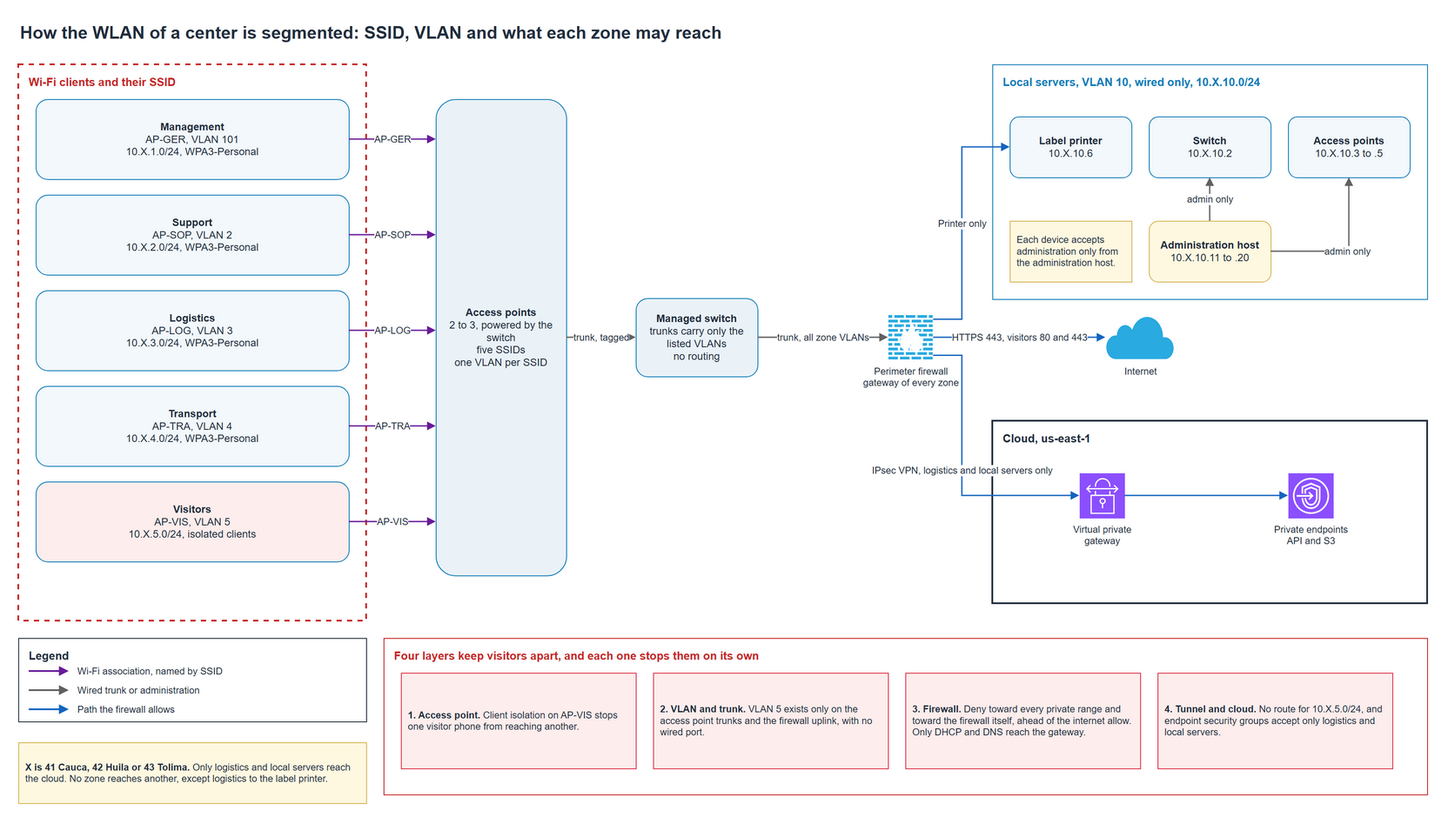
The draw.io diagram docs/architecture/diagrams/09-center-wlan.drawio.png in aromapacifico-devops/aromapacifico-devops-docs, before a commit. Source tidied: cells renumbered, new cells last; positions are measured from the earlier drawing's top-left corner, leaving out a move shared by most shapes.
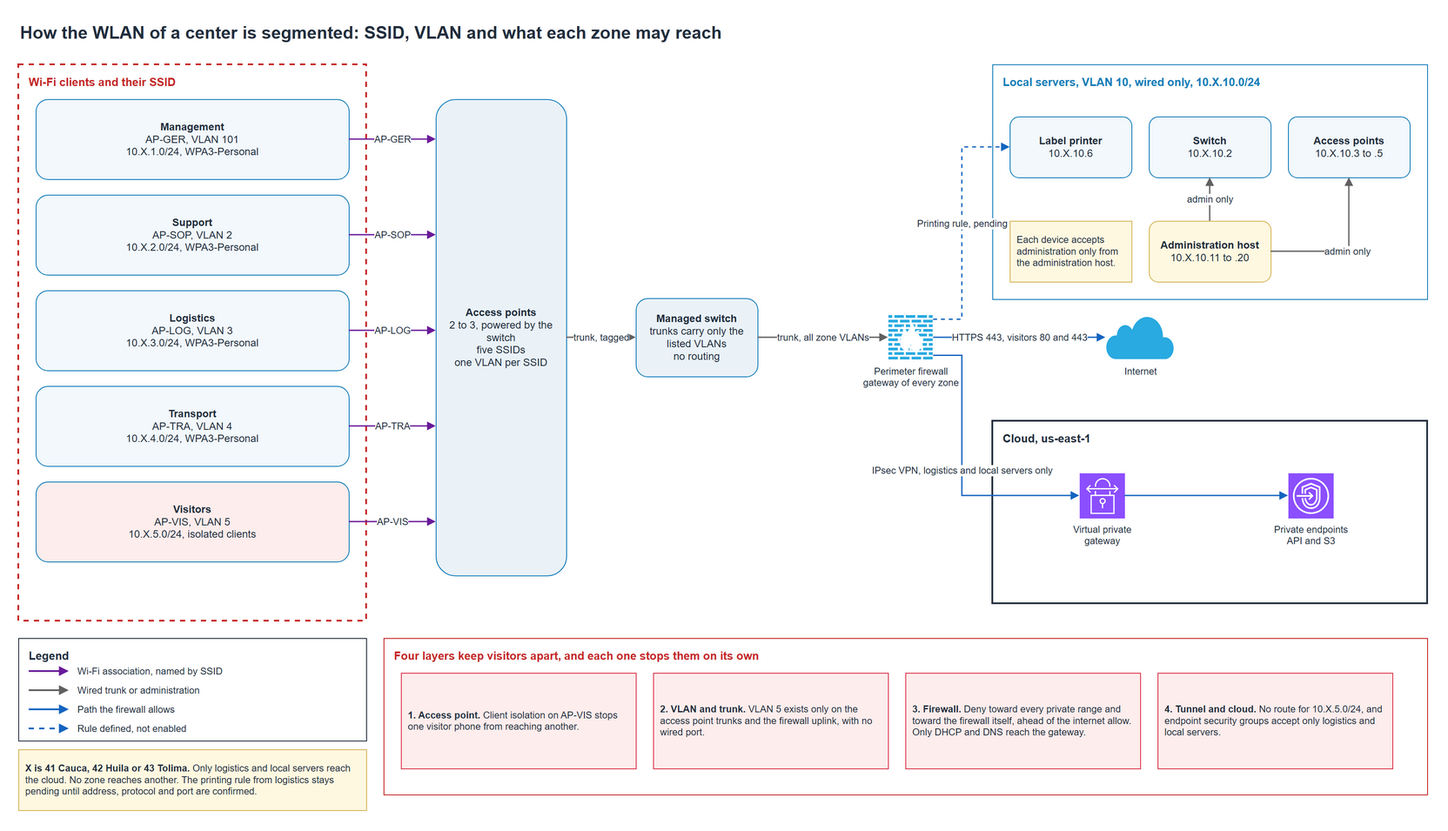
The same file after the commit.

Commit message:
docs(network): keep the printing rule pending and separate VLANs from SSIDs

Change to the diagram source:
```diff
@@ -78,7 +78,7 @@
       <mxGeometry x="1310" y="754" width="270" height="110" as="geometry" />
     </mxCell>
     <mxCell id="27" value="Legend" style="rounded=0;whiteSpace=wrap;html=1;fillColor=#FFFFFF;strokeColor=#232F3E;strokeWidth=1;dashed=0;verticalAlign=top;align=left;spacingLeft=10;spacingRight=10;spacingTop=6;fontSize=13;fontStyle=1;fontColor=#232F3E;" parent="1" vertex="1">
-      <mxGeometry y="714" width="400" height="96" as="geometry" />
+      <mxGeometry y="714" width="400" height="118" as="geometry" />
     </mxCell>
     <mxCell id="28" value="Wi-Fi association, named by SSID" style="text;html=1;whiteSpace=wrap;strokeColor=none;fillColor=none;align=left;verticalAlign=middle;fontSize=11;fontColor=#232F3E;fontStyle=0;" parent="1" vertex="1">
       <mxGeometry x="66" y="742" width="326" height="20" as="geometry" />
@@ -89,9 +89,12 @@
     <mxCell id="30" value="Path the firewall allows" style="text;html=1;whiteSpace=wrap;strokeColor=none;fillColor=none;align=left;verticalAlign=middle;fontSize=11;fontColor=#232F3E;fontStyle=0;" parent="1" vertex="1">
       <mxGeometry x="66" y="786" width="326" height="20" as="geometry" />
     </mxCell>
-    <mxCell id="31" value="&lt;b&gt;X is 41 Cauca, 42 Huila or 43 Tolima.&lt;/b&gt; Only logistics and local servers reach the cloud. No zone reaches another, except logistics to the label printer." style="rounded=0;whiteSpace=wrap;html=1;fillColor=#FFF8E1;strokeColor=#D6B656;align=left;verticalAlign=middle;spacingLeft=6;spacingRight=6;fontSize=11;fontColor=#232F3E;" parent="1" vertex="1">
-      <mxGeometry y="834" width="400" height="70" as="geometry" />
-    </mxCell>
+    <mxCell id="48" value="Rule defined, not enabled" style="text;html=1;whiteSpace=wrap;strokeColor=none;fillColor=none;align=left;verticalAlign=middle;fontSize=11;fontColor=#232F3E;fontStyle=0;" parent="1" vertex="1">
+      <mxGeometry x="66" y="808" width="326" height="20" as="geometry" />
+    </mxCell>
+    <mxCell id="49" value="&lt;b&gt;X is 41 Cauca, 42 Huila or 43 Tolima.&lt;/b&gt; Only logistics and local servers reach the cloud. No zone reaches another. The printing rule from logistics stays pending until address, protocol and port are confirmed." style="rounded=0;whiteSpace=wrap;html=1;fillColor=#FFF8E1;strokeColor=#D6B656;align=left;verticalAlign=middle;spacingLeft=6;spacingRight=6;fontSize=11;fontColor=#232F3E;" parent="1" vertex="1">
+      <mxGeometry y="842" width="400" height="70" as="geometry" />
+    </mxCell>
     <mxCell id="32" value="AP-GER" style="edgeStyle=orthogonalEdgeStyle;rounded=0;html=1;strokeColor=#6A1B9A;strokeWidth=1.5;dashed=0;endArrow=block;endFill=1;fontSize=11;fontColor=#232F3E;labelBackgroundColor=#FFFFFF;jumpStyle=arc;jumpSize=10;exitX=1;exitY=0.5;exitDx=0;exitDy=0;entryX=0;entryY=0.08394160583941605;entryDx=0;entryDy=0;" parent="1" edge="1" source="5" target="4">
       <mxGeometry relative="1" as="geometry" />
     </mxCell>
@@ -123,7 +126,7 @@
         </Array>
       </mxGeometry>
     </mxCell>
-    <mxCell id="41" value="Printer only" style="edgeStyle=orthogonalEdgeStyle;rounded=0;html=1;strokeColor=#1565C0;strokeWidth=1.5;dashed=0;endArrow=block;endFill=1;fontSize=11;fontColor=#232F3E;labelBackgroundColor=#FFFFFF;jumpStyle=arc;jumpSize=10;exitX=1;exitY=0.1;exitDx=0;exitDy=0;entryX=0;entryY=0.5;entryDx=0;entryDy=0;" parent="1" edge="1" source="11" target="13">
+    <mxCell id="41" value="Printing rule, pending" style="edgeStyle=orthogonalEdgeStyle;rounded=0;html=1;strokeColor=#1565C0;strokeWidth=1.5;dashed=1;endArrow=block;endFill=1;fontSize=11;fontColor=#232F3E;labelBackgroundColor=#FFFFFF;jumpStyle=arc;jumpSize=10;exitX=1;exitY=0.1;exitDx=0;exitDy=0;entryX=0;entryY=0.5;entryDx=0;entryDy=0;" parent="1" edge="1" source="11" target="13">
       <mxGeometry relative="1" as="geometry">
         <Array as="points">
           <mxPoint x="1085" y="347" />
@@ -163,5 +166,11 @@
         <mxPoint x="58" y="796" as="targetPoint" />
       </mxGeometry>
     </mxCell>
+    <mxCell id="31" style="endArrow=block;endFill=1;html=1;strokeColor=#1565C0;strokeWidth=2;dashed=1;" parent="1" edge="1">
+      <mxGeometry relative="1" as="geometry">
+        <mxPoint x="12" y="818" as="sourcePoint" />
+        <mxPoint x="58" y="818" as="targetPoint" />
+      </mxGeometry>
+    </mxCell>
   </root>
 </mxGraphModel>
```
